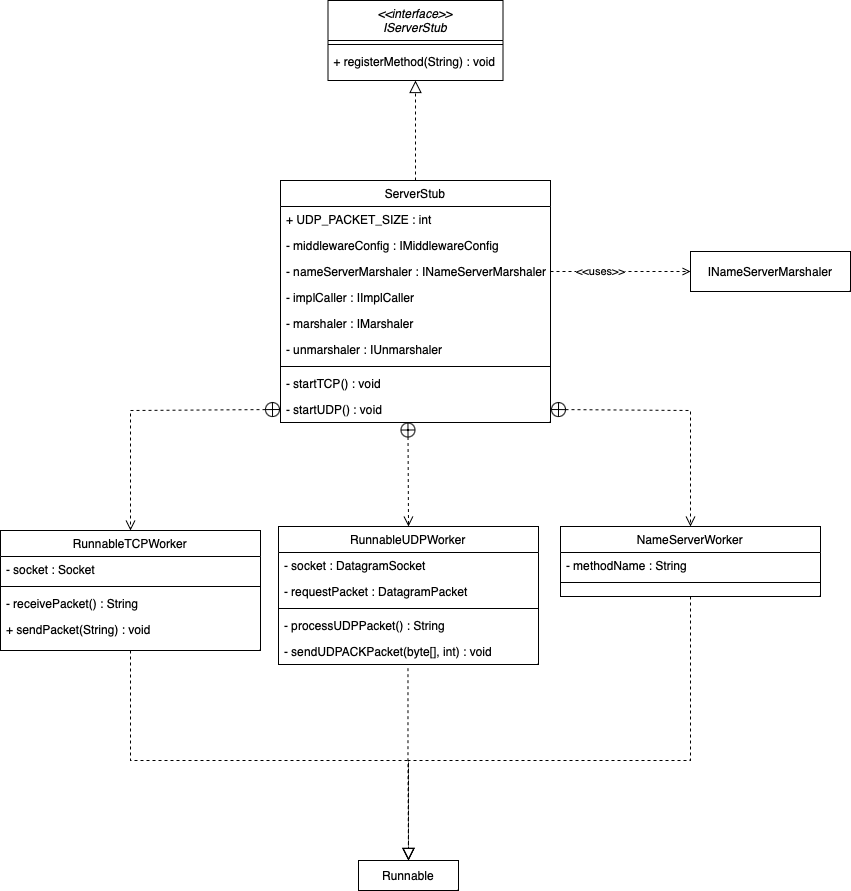
Before: doku-middleware/ServerStub-ClassDiagramm.drawio.png, a diagram exported from draw.io (PrismFox/tron-game). Source tidied: cells renumbered, new cells last; positions are measured from the earlier drawing's top-left corner, leaving out a move shared by most shapes.
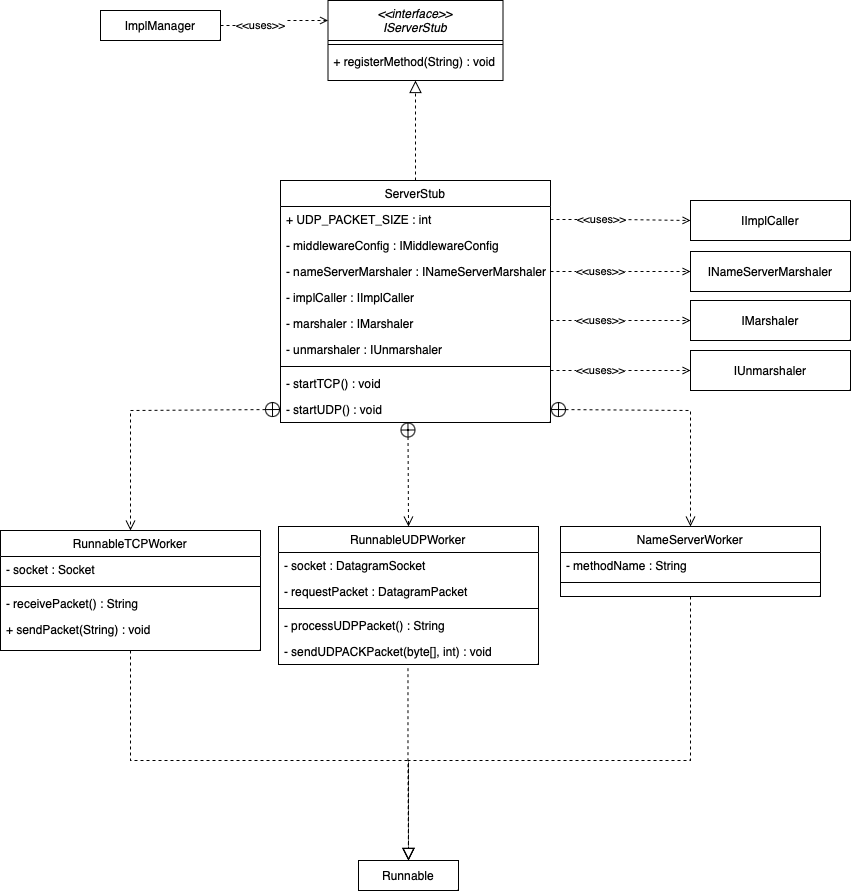
Above is the later version.

The edit, as a diff of the source:
```diff
@@ -132,5 +132,45 @@
     <mxCell id="39" style="endArrow=block;endSize=10;endFill=0;shadow=0;strokeWidth=1;rounded=0;edgeStyle=elbowEdgeStyle;elbow=vertical;dashed=1;exitX=0.498;exitY=1.141;exitDx=0;exitDy=0;entryX=0.5;entryY=0;entryDx=0;entryDy=0;exitPerimeter=0;" parent="1" edge="1" source="26" target="30">
       <mxGeometry relative="1" as="geometry" />
     </mxCell>
+    <mxCell id="40" value="ImplManager" style="rounded=0;whiteSpace=wrap;html=1;" parent="1" vertex="1">
+      <mxGeometry x="100" y="10" width="120" height="30" as="geometry" />
+    </mxCell>
+    <mxCell id="41" style="edgeStyle=orthogonalEdgeStyle;rounded=0;jettySize=auto;html=1;entryX=0;entryY=0.25;entryDx=0;entryDy=0;dashed=1;endArrow=open;endFill=0;exitX=1;exitY=0.5;exitDx=0;exitDy=0;" parent="1" edge="1" source="40" target="2">
+      <mxGeometry relative="1" as="geometry" />
+    </mxCell>
+    <mxCell id="42" value="&amp;lt;&amp;lt;uses&amp;gt;&amp;gt;" style="edgeLabel;html=1;align=center;verticalAlign=middle;" parent="41" vertex="1">
+      <mxGeometry x="-0.29" relative="1" as="geometry" />
+    </mxCell>
+    <mxCell id="43" value="IImplCaller" style="rounded=0;whiteSpace=wrap;html=1;" parent="1" vertex="1">
+      <mxGeometry x="690" y="200" width="160" height="40" as="geometry" />
+    </mxCell>
+    <mxCell id="44" style="edgeStyle=orthogonalEdgeStyle;rounded=0;jettySize=auto;html=1;entryX=0;entryY=0.5;entryDx=0;entryDy=0;dashed=1;endArrow=open;endFill=0;exitX=1;exitY=0.5;exitDx=0;exitDy=0;" parent="1" edge="1" source="6" target="43">
+      <mxGeometry relative="1" as="geometry" />
+    </mxCell>
+    <mxCell id="45" value="&amp;lt;&amp;lt;uses&amp;gt;&amp;gt;" style="edgeLabel;html=1;align=center;verticalAlign=middle;" parent="44" vertex="1">
+      <mxGeometry x="-0.29" relative="1" as="geometry" />
+    </mxCell>
+    <mxCell id="46" value="IMarshaler" style="rounded=0;whiteSpace=wrap;html=1;" parent="1" vertex="1">
+      <mxGeometry x="690" y="300" width="160" height="40" as="geometry" />
+    </mxCell>
+    <mxCell id="47" style="edgeStyle=orthogonalEdgeStyle;rounded=0;jettySize=auto;html=1;entryX=0;entryY=0.5;entryDx=0;entryDy=0;dashed=1;endArrow=open;endFill=0;exitX=1;exitY=0.5;exitDx=0;exitDy=0;" parent="1" edge="1" target="46">
+      <mxGeometry relative="1" as="geometry">
+        <mxPoint x="550" y="320" as="sourcePoint" />
+      </mxGeometry>
+    </mxCell>
+    <mxCell id="48" value="&amp;lt;&amp;lt;uses&amp;gt;&amp;gt;" style="edgeLabel;html=1;align=center;verticalAlign=middle;" parent="47" vertex="1">
+      <mxGeometry x="-0.29" relative="1" as="geometry" />
+    </mxCell>
+    <mxCell id="49" value="IUnmarshaler" style="rounded=0;whiteSpace=wrap;html=1;" parent="1" vertex="1">
+      <mxGeometry x="690" y="350" width="160" height="40" as="geometry" />
+    </mxCell>
+    <mxCell id="50" style="edgeStyle=orthogonalEdgeStyle;rounded=0;jettySize=auto;html=1;entryX=0;entryY=0.5;entryDx=0;entryDy=0;dashed=1;endArrow=open;endFill=0;exitX=1;exitY=0.5;exitDx=0;exitDy=0;" parent="1" edge="1" target="49">
+      <mxGeometry relative="1" as="geometry">
+        <mxPoint x="550" y="370" as="sourcePoint" />
+      </mxGeometry>
+    </mxCell>
+    <mxCell id="51" value="&amp;lt;&amp;lt;uses&amp;gt;&amp;gt;" style="edgeLabel;html=1;align=center;verticalAlign=middle;" parent="50" vertex="1">
+      <mxGeometry x="-0.29" relative="1" as="geometry" />
+    </mxCell>
   </root>
 </mxGraphModel>
```
